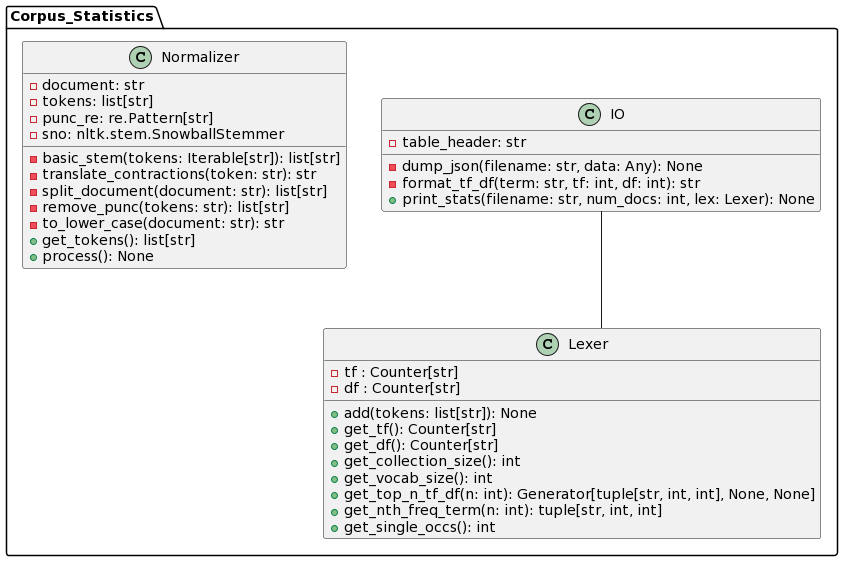
Before: 744_information_retrieval/assn/02/statics/uml.png, a diagram exported from PlantUML (ribbas/grad_courses).
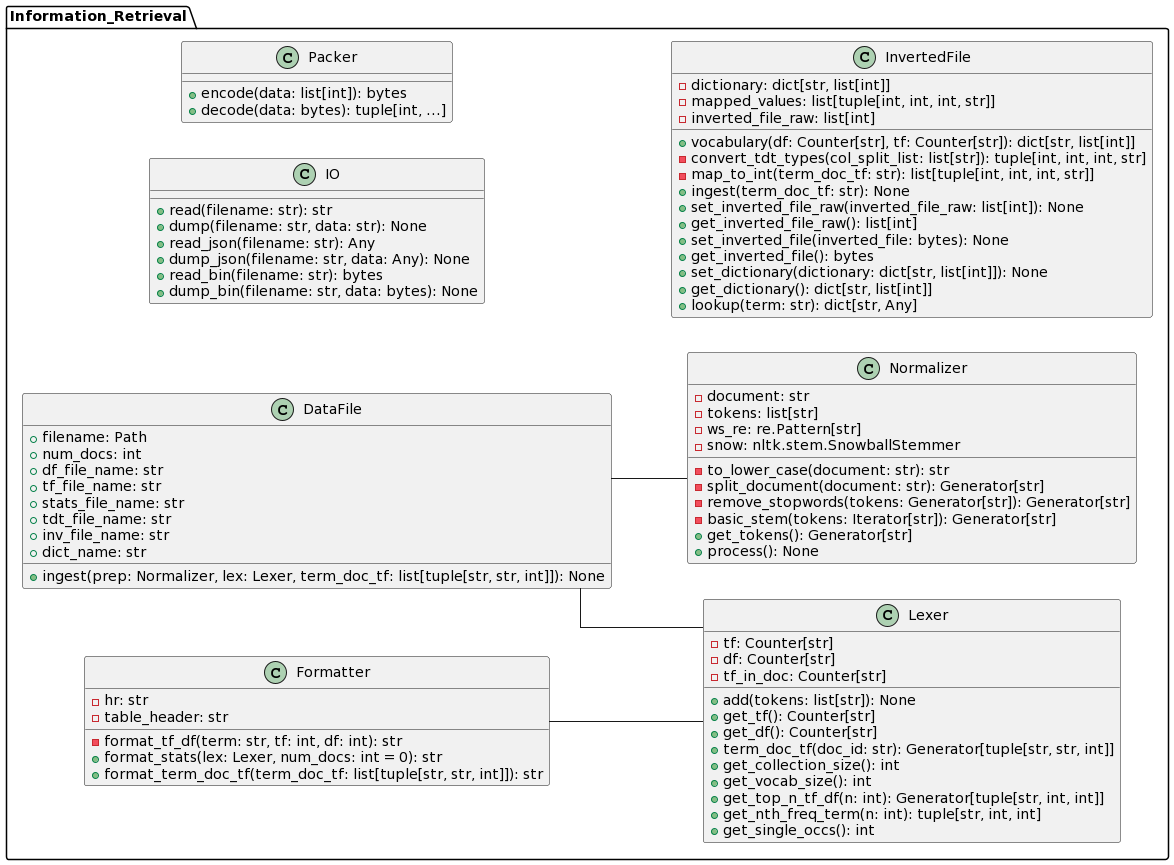
Later version of the same file.

The edit, as a diff of the source:
```diff
@@ -1,45 +1,92 @@
 @startuml
 skinparam linetype polyline
 skinparam linetype ortho
+left to right direction
 
-namespace Corpus_Statistics {
+namespace Information_Retrieval {
+
+  class DataFile {
+    + filename: Path
+    + num_docs: int
+    + df_file_name: str
+    + tf_file_name: str
+    + stats_file_name: str
+    + tdt_file_name: str
+    + inv_file_name: str
+    + dict_name: str
+    + ingest(prep: Normalizer, lex: Lexer, term_doc_tf: list[tuple[str, str, int]]): None
+  }
 
   class IO {
+    + read(filename: str): str
+    + dump(filename: str, data: str): None
+    + read_json(filename: str): Any
+    + dump_json(filename: str, data: Any): None
+    + read_bin(filename: str): bytes
+    + dump_bin(filename: str, data: bytes): None
+  }
+
+  class Formatter {
+    - hr: str
     - table_header: str
-    - dump_json(filename: str, data: Any): None
     - format_tf_df(term: str, tf: int, df: int): str
-    + print_stats(filename: str, num_docs: int, lex: Lexer): None
+    + format_stats(lex: Lexer, num_docs: int = 0): str
+    + format_term_doc_tf(term_doc_tf: list[tuple[str, str, int]]): str
   }
 
   class Normalizer {
     - document: str
     - tokens: list[str]
-    - punc_re: re.Pattern[str]
-    - sno: nltk.stem.SnowballStemmer
-    - basic_stem(tokens: Iterable[str]): list[str]
-    - translate_contractions(token: str): str
-    - split_document(document: str): list[str]
-    - remove_punc(tokens: str): list[str]
+    - ws_re: re.Pattern[str]
+    - snow: nltk.stem.SnowballStemmer
     - to_lower_case(document: str): str
-    + get_tokens(): list[str]
+    - split_document(document: str): Generator[str]
+    - remove_stopwords(tokens: Generator[str]): Generator[str]
+    - basic_stem(tokens: Iterator[str]): Generator[str]
+    + get_tokens(): Generator[str]
     + process(): None
   }
 
   class Lexer {
-    - tf : Counter[str]
-    - df : Counter[str]
+    - tf: Counter[str]
+    - df: Counter[str]
+    - tf_in_doc: Counter[str]
     + add(tokens: list[str]): None
     + get_tf(): Counter[str]
     + get_df(): Counter[str]
+    + term_doc_tf(doc_id: str): Generator[tuple[str, str, int]]
     + get_collection_size(): int
     + get_vocab_size(): int
-    + get_top_n_tf_df(n: int): Generator[tuple[str, int, int], None, None]
+    + get_top_n_tf_df(n: int): Generator[tuple[str, int, int]]
     + get_nth_freq_term(n: int): tuple[str, int, int]
     + get_single_occs(): int
   }
 
+  class Packer {
+    + encode(data: list[int]): bytes
+    + decode(data: bytes): tuple[int, ...]
+  }
 
-  IO -- Lexer
+  class InvertedFile {
+    - dictionary: dict[str, list[int]]
+    - mapped_values: list[tuple[int, int, int, str]]
+    - inverted_file_raw: list[int]
+    + vocabulary(df: Counter[str], tf: Counter[str]): dict[str, list[int]]
+    - convert_tdt_types(col_split_list: list[str]): tuple[int, int, int, str]
+    - map_to_int(term_doc_tf: str): list[tuple[int, int, int, str]]
+    + ingest(term_doc_tf: str): None
+    + set_inverted_file_raw(inverted_file_raw: list[int]): None
+    + get_inverted_file_raw(): list[int]
+    + set_inverted_file(inverted_file: bytes): None
+    + get_inverted_file(): bytes
+    + set_dictionary(dictionary: dict[str, list[int]]): None
+    + get_dictionary(): dict[str, list[int]]
+    + lookup(term: str): dict[str, Any]
+  }
+
+  DataFile -- Normalizer
+  DataFile -- Lexer
+  Formatter -- Lexer
 
 }
 @enduml
```
